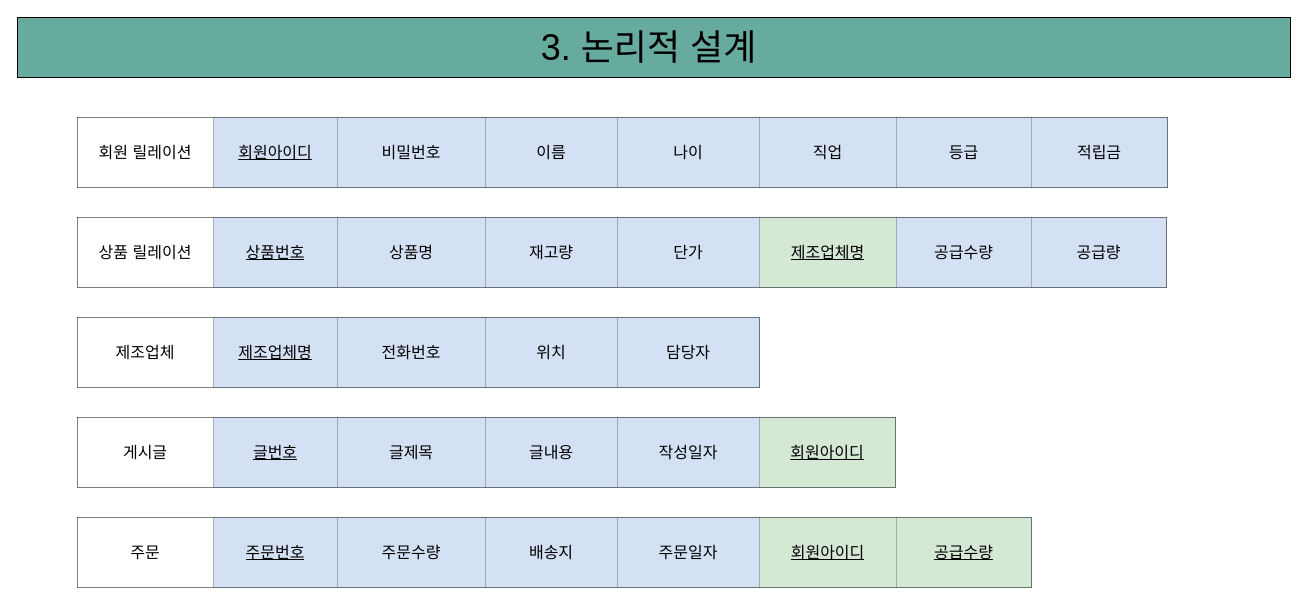
This is 한빛마트 온라인몰_3.논리적 설계.drawio.xml from hazyala/DB_2025_2, a draw.io file, before an edit. Source tidied: cells renumbered, new cells numbered last; positions are measured from the earlier drawing's top-left corner, leaving out a move shared by most shapes. Both pictures are drawn from the tidied source at 100%, with x=0, y=0 at pixel (17, 17).
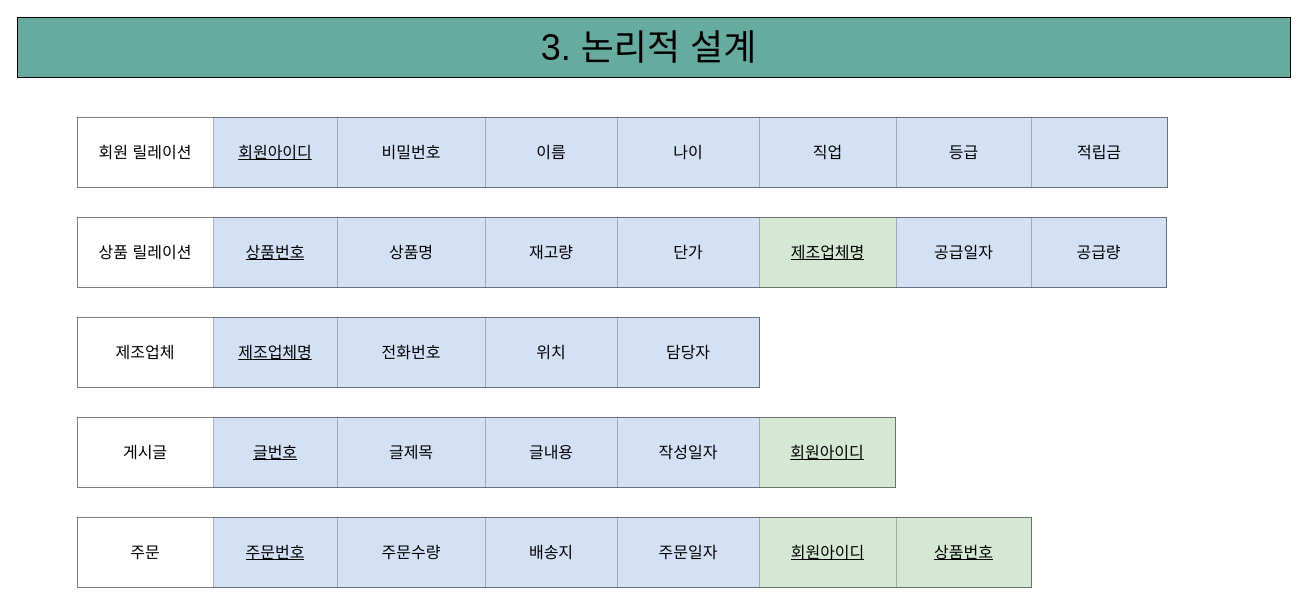
The same page after the edit.

Commit message:
한빛마트 온라인몰_3.논리적 설계.drawio.xml이 추가되었습니다.

The change refers to these unchanged cells:
```xml
<mxCell id="14" style="shape=tableRow;horizontal=0;startSize=0;swimlaneHead=0;swimlaneBody=0;strokeColor=inherit;top=0;left=0;bottom=0;right=0;fillColor=none;fontSize=16;" parent="13" vertex="1">
  <mxGeometry width="1089" height="70" as="geometry" />
</mxCell>
<mxCell id="39" style="shape=tableRow;horizontal=0;startSize=0;swimlaneHead=0;swimlaneBody=0;strokeColor=inherit;top=0;left=0;bottom=0;right=0;fillColor=none;fontSize=16;" parent="38" vertex="1">
  <mxGeometry width="954" height="70" as="geometry" />
</mxCell>
```

Diff of the diagram source:
```diff
@@
-    <mxCell id="21" value="공급수량" style="shape=partialRectangle;html=1;whiteSpace=wrap;strokeColor=inherit;overflow=hidden;fillColor=#D4E1F5;top=0;left=0;bottom=0;right=0;fontSize=16;" parent="14" vertex="1">
+    <mxCell id="21" value="공급일자" style="shape=partialRectangle;html=1;whiteSpace=wrap;strokeColor=inherit;overflow=hidden;fillColor=#D4E1F5;top=0;left=0;bottom=0;right=0;fontSize=16;" parent="14" vertex="1">
       <mxGeometry x="819" width="135" height="70" as="geometry" />
     </mxCell>
@@
-    <mxCell id="46" value="&lt;u&gt;공급수량&lt;/u&gt;" style="shape=partialRectangle;html=1;whiteSpace=wrap;strokeColor=inherit;overflow=hidden;fillColor=#D5E8D4;top=0;left=0;bottom=0;right=0;fontSize=16;" parent="39" vertex="1">
+    <mxCell id="46" value="&lt;u&gt;상품번호&lt;/u&gt;" style="shape=partialRectangle;html=1;whiteSpace=wrap;strokeColor=inherit;overflow=hidden;fillColor=#D5E8D4;top=0;left=0;bottom=0;right=0;fontSize=16;" parent="39" vertex="1">
       <mxGeometry x="819" width="135" height="70" as="geometry" />
     </mxCell>
```
